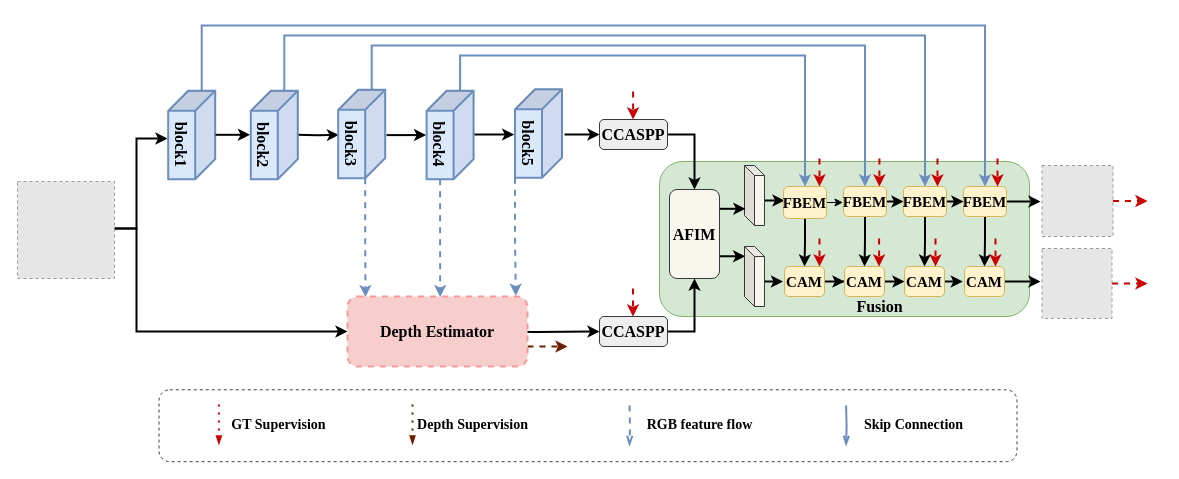
Before: uta.drawio in Hymhh/hymhh, a draw.io diagram. Source tidied: cells renumbered, new cells numbered last; positions are measured from the earlier drawing's top-left corner, leaving out a move shared by most shapes. Both pictures are drawn from the tidied source at 100%, with x=0, y=0 at pixel (17, 25). Pictures stored in the file or linked from it are replaced by grey dashed boxes.
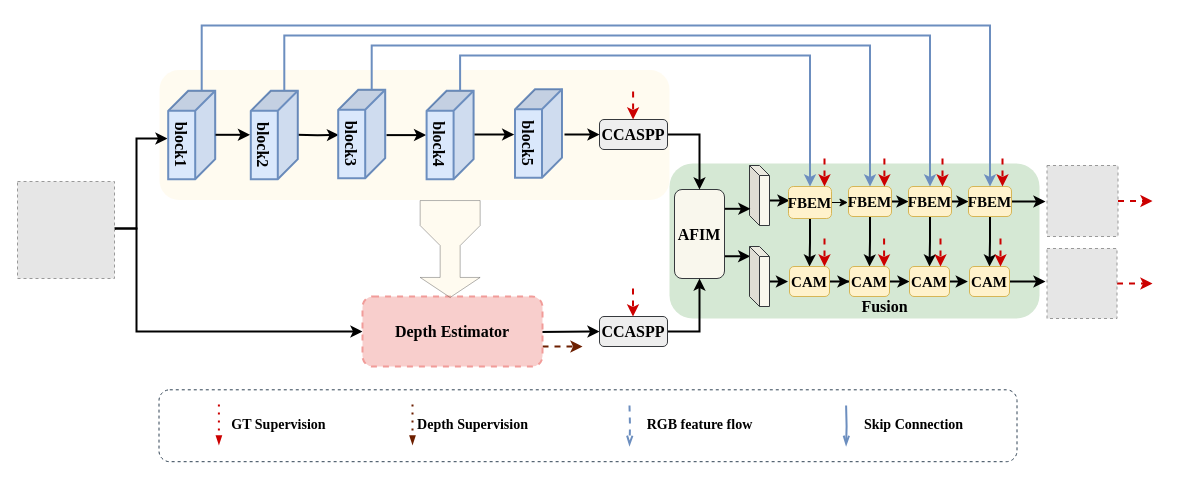
The same page after the edit.

The change refers to these unchanged cells:
```xml
<mxCell id="64" value="&lt;font face=&quot;Times New Roman&quot; size=&quot;1&quot;&gt;&lt;b style=&quot;font-size: 16px&quot;&gt;block1&lt;br&gt;&lt;/b&gt;&lt;/font&gt;" style="shape=cube;whiteSpace=wrap;html=1;boundedLbl=1;backgroundOutline=1;darkOpacity=0.05;darkOpacity2=0.1;direction=east;fillColor=#dae8fc;strokeWidth=2;strokeColor=#6c8ebf;rotation=90;" parent="1" vertex="1">
  <mxGeometry x="130" y="86" width="88.4" height="47" as="geometry" />
</mxCell>
<mxCell id="66" value="&lt;font face=&quot;Times New Roman&quot; size=&quot;1&quot;&gt;&lt;b style=&quot;font-size: 16px&quot;&gt;block2&lt;br&gt;&lt;/b&gt;&lt;/font&gt;" style="shape=cube;whiteSpace=wrap;html=1;boundedLbl=1;backgroundOutline=1;darkOpacity=0.05;darkOpacity2=0.1;direction=east;fillColor=#dae8fc;strokeWidth=2;strokeColor=#6c8ebf;rotation=90;" parent="1" vertex="1">
  <mxGeometry x="212.6" y="86" width="88.4" height="47" as="geometry" />
</mxCell>
<mxCell id="69" value="&lt;font face=&quot;Times New Roman&quot; size=&quot;1&quot;&gt;&lt;b style=&quot;font-size: 16px&quot;&gt;block4&lt;br&gt;&lt;/b&gt;&lt;/font&gt;" style="shape=cube;whiteSpace=wrap;html=1;boundedLbl=1;backgroundOutline=1;darkOpacity=0.05;darkOpacity2=0.1;direction=east;fillColor=#dae8fc;strokeWidth=2;strokeColor=#6c8ebf;rotation=90;" parent="1" vertex="1">
  <mxGeometry x="388.4" y="86" width="88.4" height="47" as="geometry" />
</mxCell>
<mxCell id="72" value="&lt;font face=&quot;Times New Roman&quot; size=&quot;1&quot;&gt;&lt;b style=&quot;font-size: 16px&quot;&gt;block3&lt;br&gt;&lt;/b&gt;&lt;/font&gt;" style="shape=cube;whiteSpace=wrap;html=1;boundedLbl=1;backgroundOutline=1;darkOpacity=0.05;darkOpacity2=0.1;direction=east;fillColor=#dae8fc;strokeWidth=2;strokeColor=#6c8ebf;rotation=90;" parent="1" vertex="1">
  <mxGeometry x="300" y="85" width="88.4" height="47" as="geometry" />
</mxCell>
<mxCell id="74" value="&lt;font face=&quot;Times New Roman&quot; size=&quot;1&quot;&gt;&lt;b style=&quot;font-size: 16px&quot;&gt;block5&lt;br&gt;&lt;/b&gt;&lt;/font&gt;" style="shape=cube;whiteSpace=wrap;html=1;boundedLbl=1;backgroundOutline=1;darkOpacity=0.05;darkOpacity2=0.1;direction=east;fillColor=#dae8fc;strokeWidth=2;strokeColor=#6c8ebf;rotation=90;" parent="1" vertex="1">
  <mxGeometry x="476.8" y="84.5" width="88.4" height="47" as="geometry" />
</mxCell>
```

Diff of the diagram source:
```diff
@@
+    <mxCell id="81" style="rounded=1;whiteSpace=wrap;html=1;fillColor=#FFF2CC;opacity=30;strokeColor=none;" parent="1" vertex="1">
+      <mxGeometry x="142" y="44.5" width="510" height="130" as="geometry" />
+    </mxCell>
-    <mxCell id="2" style="rounded=1;whiteSpace=wrap;html=1;fillColor=#d5e8d4;strokeColor=#82b366;" parent="1" vertex="1">
-      <mxGeometry x="642" y="136" width="370" height="155" as="geometry" />
+    <mxCell id="2" style="rounded=1;whiteSpace=wrap;html=1;fillColor=#d5e8d4;strokeColor=none;" parent="1" vertex="1">
+      <mxGeometry x="652" y="138" width="370" height="155" as="geometry" />
     </mxCell>
@@
     <mxCell id="4" style="edgeStyle=orthogonalEdgeStyle;rounded=0;orthogonalLoop=1;jettySize=auto;html=1;exitX=1;exitY=0.75;exitDx=0;exitDy=0;dashed=1;strokeColor=#6D1F00;strokeWidth=2;" parent="1" edge="1">
       <mxGeometry relative="1" as="geometry">
-        <mxPoint x="510" y="321" as="sourcePoint" />
-        <mxPoint x="550" y="321" as="targetPoint" />
+        <mxPoint x="525" y="321" as="sourcePoint" />
+        <mxPoint x="565" y="321" as="targetPoint" />
         <Array as="points">
-          <mxPoint x="530" y="321" />
-          <mxPoint x="530" y="321" />
+          <mxPoint x="545" y="321" />
+          <mxPoint x="545" y="321" />
         </Array>
       </mxGeometry>
     </mxCell>
@@
     <mxCell id="6" value="&lt;font face=&quot;Times New Roman&quot; size=&quot;1&quot;&gt;&lt;b style=&quot;font-size: 16px&quot;&gt;AFIM&lt;/b&gt;&lt;/font&gt;" style="rounded=1;whiteSpace=wrap;html=1;fillColor=#f9f7ed;strokeColor=#36393d;" parent="1" vertex="1">
-      <mxGeometry x="652" y="164" width="50" height="89" as="geometry" />
+      <mxGeometry x="657" y="164" width="50" height="89" as="geometry" />
     </mxCell>
     <mxCell id="7" style="edgeStyle=orthogonalEdgeStyle;rounded=0;jettySize=auto;html=1;exitX=0;exitY=0;exitDx=20;exitDy=35;exitPerimeter=0;strokeWidth=2;" parent="1" edge="1" source="8">
       <mxGeometry relative="1" as="geometry">
-        <mxPoint x="767" y="175.3" as="targetPoint" />
+        <mxPoint x="772" y="175.3" as="targetPoint" />
       </mxGeometry>
     </mxCell>
     <mxCell id="8" style="shape=cube;whiteSpace=wrap;html=1;boundedLbl=1;backgroundOutline=1;darkOpacity=0.05;darkOpacity2=0.1;size=10;fillColor=#f9f7ed;strokeColor=#36393d;" parent="1" vertex="1">
-      <mxGeometry x="727" y="140" width="20" height="60" as="geometry" />
+      <mxGeometry x="732" y="140" width="20" height="60" as="geometry" />
     </mxCell>
@@
     <mxCell id="10" style="shape=cube;whiteSpace=wrap;html=1;boundedLbl=1;backgroundOutline=1;darkOpacity=0.05;darkOpacity2=0.1;size=10;fillColor=#f9f7ed;strokeColor=#36393d;" parent="1" vertex="1">
-      <mxGeometry x="727" y="221" width="20" height="60" as="geometry" />
+      <mxGeometry x="732" y="221" width="20" height="60" as="geometry" />
     </mxCell>
@@
     <mxCell id="13" value="&lt;b&gt;&lt;font face=&quot;Times New Roman&quot; style=&quot;font-size: 15px&quot;&gt;FBEM&lt;/font&gt;&lt;/b&gt;" style="rounded=1;whiteSpace=wrap;html=1;fillColor=#fff2cc;strokeColor=#d6b656;" parent="1" vertex="1">
-      <mxGeometry x="766" y="161" width="43" height="32" as="geometry" />
+      <mxGeometry x="771" y="161" width="43" height="32" as="geometry" />
     </mxCell>
@@
     <mxCell id="16" value="&lt;b&gt;&lt;font face=&quot;Times New Roman&quot; style=&quot;font-size: 15px&quot;&gt;FBEM&lt;/font&gt;&lt;/b&gt;" style="rounded=1;whiteSpace=wrap;html=1;fillColor=#fff2cc;strokeColor=#d6b656;" parent="1" vertex="1">
-      <mxGeometry x="826" y="161" width="43" height="30" as="geometry" />
+      <mxGeometry x="831" y="161" width="43" height="30" as="geometry" />
     </mxCell>
@@
     <mxCell id="19" value="&lt;b&gt;&lt;font face=&quot;Times New Roman&quot; style=&quot;font-size: 15px&quot;&gt;FBEM&lt;/font&gt;&lt;/b&gt;" style="rounded=1;whiteSpace=wrap;html=1;fillColor=#fff2cc;strokeColor=#d6b656;" parent="1" vertex="1">
-      <mxGeometry x="886" y="161" width="43" height="30" as="geometry" />
+      <mxGeometry x="891" y="161" width="43" height="30" as="geometry" />
     </mxCell>
@@
     <mxCell id="21" style="edgeStyle=orthogonalEdgeStyle;rounded=0;jettySize=auto;html=1;exitX=1;exitY=0.5;exitDx=0;exitDy=0;strokeWidth=2;" parent="1" edge="1" source="22">
       <mxGeometry relative="1" as="geometry">
-        <mxPoint x="1023" y="175.7" as="targetPoint" />
+        <mxPoint x="1028" y="175.7" as="targetPoint" />
       </mxGeometry>
     </mxCell>
     <mxCell id="22" value="&lt;b&gt;&lt;font face=&quot;Times New Roman&quot; style=&quot;font-size: 15px&quot;&gt;FBEM&lt;/font&gt;&lt;/b&gt;" style="rounded=1;whiteSpace=wrap;html=1;fillColor=#fff2cc;strokeColor=#d6b656;" parent="1" vertex="1">
-      <mxGeometry x="946" y="161" width="43" height="30" as="geometry" />
+      <mxGeometry x="951" y="161" width="43" height="30" as="geometry" />
     </mxCell>
@@
     <mxCell id="24" value="&lt;b&gt;&lt;font face=&quot;Times New Roman&quot; style=&quot;font-size: 15px&quot;&gt;CAM&lt;/font&gt;&lt;/b&gt;" style="rounded=1;whiteSpace=wrap;html=1;fillColor=#fff2cc;strokeColor=#d6b656;" parent="1" vertex="1">
-      <mxGeometry x="767" y="241" width="40" height="30" as="geometry" />
+      <mxGeometry x="772" y="241" width="40" height="30" as="geometry" />
     </mxCell>
@@
     <mxCell id="26" value="&lt;span&gt;&lt;b&gt;&lt;font face=&quot;Times New Roman&quot; style=&quot;font-size: 15px&quot;&gt;CAM&lt;/font&gt;&lt;/b&gt;&lt;/span&gt;" style="rounded=1;whiteSpace=wrap;html=1;fillColor=#fff2cc;strokeColor=#d6b656;" parent="1" vertex="1">
-      <mxGeometry x="827" y="241" width="40" height="30" as="geometry" />
+      <mxGeometry x="832" y="241" width="40" height="30" as="geometry" />
     </mxCell>
     <mxCell id="27" style="edgeStyle=orthogonalEdgeStyle;rounded=0;jettySize=auto;html=1;exitX=1;exitY=0.5;exitDx=0;exitDy=0;strokeWidth=2;" parent="1" edge="1" source="28">
       <mxGeometry relative="1" as="geometry">
-        <mxPoint x="1023" y="256" as="targetPoint" />
+        <mxPoint x="1028" y="256" as="targetPoint" />
       </mxGeometry>
     </mxCell>
     <mxCell id="28" value="&lt;span&gt;&lt;font face=&quot;Times New Roman&quot; size=&quot;1&quot;&gt;&lt;b style=&quot;font-size: 15px&quot;&gt;CAM&lt;/b&gt;&lt;/font&gt;&lt;/span&gt;" style="rounded=1;whiteSpace=wrap;html=1;fillColor=#fff2cc;strokeColor=#d6b656;" parent="1" vertex="1">
-      <mxGeometry x="947" y="241" width="40" height="30" as="geometry" />
+      <mxGeometry x="952" y="241" width="40" height="30" as="geometry" />
     </mxCell>
@@
     <mxCell id="30" value="&lt;span&gt;&lt;b&gt;&lt;font face=&quot;Times New Roman&quot; style=&quot;font-size: 15px&quot;&gt;CAM&lt;/font&gt;&lt;/b&gt;&lt;/span&gt;" style="rounded=1;whiteSpace=wrap;html=1;fillColor=#fff2cc;strokeColor=#d6b656;" parent="1" vertex="1">
-      <mxGeometry x="887" y="241" width="40" height="30" as="geometry" />
+      <mxGeometry x="892" y="241" width="40" height="30" as="geometry" />
     </mxCell>
@@
     <mxCell id="33" value="&lt;font face=&quot;Times New Roman&quot; size=&quot;1&quot;&gt;&lt;b style=&quot;font-size: 16px&quot;&gt;Fusion&lt;/b&gt;&lt;/font&gt;" style="text;html=1;align=center;verticalAlign=middle;fillColor=none;strokeColor=none;rounded=0;" parent="1" vertex="1">
-      <mxGeometry x="832" y="271" width="60" height="20" as="geometry" />
+      <mxGeometry x="837" y="271" width="60" height="20" as="geometry" />
     </mxCell>
@@
     <mxCell id="37" style="edgeStyle=orthogonalEdgeStyle;rounded=0;jettySize=auto;html=1;exitX=1;exitY=0.5;exitDx=0;exitDy=0;dashed=1;fontFamily=Times New Roman;fontSize=15;strokeColor=#CC0000;strokeWidth=2;" parent="1" edge="1" source="38">
       <mxGeometry relative="1" as="geometry">
-        <mxPoint x="1130" y="176" as="targetPoint" />
+        <mxPoint x="1135" y="176" as="targetPoint" />
       </mxGeometry>
     </mxCell>
     <mxCell id="38" style="fillColor=#E6E6E6;strokeColor=#999999;dashed=1;verticalLabelPosition=bottom;labelBackgroundColor=#ffffff;verticalAlign=top;" parent="1" vertex="1">
-      <mxGeometry x="1024.5" y="140" width="71" height="71" as="geometry" />
+      <mxGeometry x="1029.5" y="140" width="71" height="71" as="geometry" />
     </mxCell>
     <mxCell id="39" style="edgeStyle=orthogonalEdgeStyle;rounded=0;jettySize=auto;html=1;exitX=1;exitY=0.5;exitDx=0;exitDy=0;fontFamily=Times New Roman;fontSize=15;strokeColor=#CC0000;strokeWidth=2;dashed=1;" parent="1" edge="1" source="40">
       <mxGeometry relative="1" as="geometry">
-        <mxPoint x="1130" y="258" as="targetPoint" />
+        <mxPoint x="1135" y="258" as="targetPoint" />
       </mxGeometry>
     </mxCell>
     <mxCell id="40" style="fillColor=#E6E6E6;strokeColor=#999999;dashed=1;verticalLabelPosition=bottom;labelBackgroundColor=#ffffff;verticalAlign=top;" parent="1" vertex="1">
-      <mxGeometry x="1024.5" y="223" width="70" height="70" as="geometry" />
+      <mxGeometry x="1029.5" y="223" width="70" height="70" as="geometry" />
     </mxCell>
@@
     <mxCell id="43" style="endArrow=classic;html=1;rounded=0;dashed=1;strokeColor=#CC0000;strokeWidth=2;" parent="1" edge="1">
       <mxGeometry relative="1" as="geometry">
-        <mxPoint x="802" y="133" as="sourcePoint" />
-        <mxPoint x="802" y="161" as="targetPoint" />
+        <mxPoint x="807" y="133" as="sourcePoint" />
+        <mxPoint x="807" y="161" as="targetPoint" />
         <Array as="points">
-          <mxPoint x="802" y="147" />
+          <mxPoint x="807" y="147" />
         </Array>
       </mxGeometry>
     </mxCell>
     <mxCell id="44" style="endArrow=classic;html=1;rounded=0;dashed=1;strokeColor=#CC0000;strokeWidth=2;" parent="1" edge="1">
       <mxGeometry relative="1" as="geometry">
-        <mxPoint x="861.9" y="133" as="sourcePoint" />
-        <mxPoint x="861.9" y="161" as="targetPoint" />
+        <mxPoint x="866.9" y="133" as="sourcePoint" />
+        <mxPoint x="866.9" y="161" as="targetPoint" />
         <Array as="points">
-          <mxPoint x="861.9" y="147" />
+          <mxPoint x="866.9" y="147" />
         </Array>
       </mxGeometry>
     </mxCell>
     <mxCell id="45" style="endArrow=classic;html=1;rounded=0;dashed=1;strokeColor=#CC0000;strokeWidth=2;" parent="1" edge="1">
       <mxGeometry relative="1" as="geometry">
-        <mxPoint x="920" y="133" as="sourcePoint" />
-        <mxPoint x="920" y="161" as="targetPoint" />
+        <mxPoint x="925" y="133" as="sourcePoint" />
+        <mxPoint x="925" y="161" as="targetPoint" />
         <Array as="points">
-          <mxPoint x="920" y="147" />
+          <mxPoint x="925" y="147" />
         </Array>
       </mxGeometry>
     </mxCell>
     <mxCell id="46" style="endArrow=classic;html=1;rounded=0;dashed=1;strokeColor=#CC0000;strokeWidth=2;" parent="1" edge="1">
       <mxGeometry relative="1" as="geometry">
-        <mxPoint x="980" y="133" as="sourcePoint" />
-        <mxPoint x="980" y="161" as="targetPoint" />
+        <mxPoint x="985" y="133" as="sourcePoint" />
+        <mxPoint x="985" y="161" as="targetPoint" />
         <Array as="points">
-          <mxPoint x="980" y="147" />
+          <mxPoint x="985" y="147" />
         </Array>
       </mxGeometry>
     </mxCell>
     <mxCell id="47" style="endArrow=classic;html=1;rounded=0;dashed=1;strokeColor=#CC0000;strokeWidth=2;" parent="1" edge="1">
       <mxGeometry relative="1" as="geometry">
-        <mxPoint x="802" y="213" as="sourcePoint" />
-        <mxPoint x="802" y="241" as="targetPoint" />
+        <mxPoint x="807" y="213" as="sourcePoint" />
+        <mxPoint x="807" y="241" as="targetPoint" />
         <Array as="points">
-          <mxPoint x="802" y="227" />
+          <mxPoint x="807" y="227" />
         </Array>
       </mxGeometry>
     </mxCell>
     <mxCell id="48" style="endArrow=classic;html=1;rounded=0;dashed=1;strokeColor=#CC0000;strokeWidth=2;" parent="1" edge="1">
       <mxGeometry relative="1" as="geometry">
-        <mxPoint x="861.6" y="213" as="sourcePoint" />
-        <mxPoint x="861.6" y="241" as="targetPoint" />
+        <mxPoint x="866.6" y="213" as="sourcePoint" />
+        <mxPoint x="866.6" y="241" as="targetPoint" />
         <Array as="points">
-          <mxPoint x="861.6" y="227" />
+          <mxPoint x="866.6" y="227" />
         </Array>
       </mxGeometry>
     </mxCell>
     <mxCell id="49" style="endArrow=classic;html=1;rounded=0;dashed=1;strokeColor=#CC0000;strokeWidth=2;" parent="1" edge="1">
       <mxGeometry relative="1" as="geometry">
-        <mxPoint x="918" y="213" as="sourcePoint" />
-        <mxPoint x="918" y="241" as="targetPoint" />
+        <mxPoint x="923" y="213" as="sourcePoint" />
+        <mxPoint x="923" y="241" as="targetPoint" />
         <Array as="points">
-          <mxPoint x="918" y="227" />
+          <mxPoint x="923" y="227" />
         </Array>
       </mxGeometry>
     </mxCell>
     <mxCell id="50" style="endArrow=classic;html=1;rounded=0;dashed=1;strokeColor=#CC0000;strokeWidth=2;" parent="1" edge="1">
       <mxGeometry relative="1" as="geometry">
-        <mxPoint x="978" y="213" as="sourcePoint" />
-        <mxPoint x="978" y="241" as="targetPoint" />
+        <mxPoint x="983" y="213" as="sourcePoint" />
+        <mxPoint x="983" y="241" as="targetPoint" />
         <Array as="points">
-          <mxPoint x="978" y="227" />
+          <mxPoint x="983" y="227" />
         </Array>
       </mxGeometry>
     </mxCell>
@@
     <mxCell id="58" value="&lt;font style=&quot;font-size: 16px&quot; face=&quot;Times New Roman&quot;&gt;&lt;b&gt;Depth Estimator&lt;/b&gt;&lt;/font&gt;" style="rounded=1;whiteSpace=wrap;html=1;fillColor=#f8cecc;strokeColor=#F19C99;strokeWidth=2;dashed=1;" parent="1" vertex="1">
-      <mxGeometry x="330" y="270.9" width="180" height="70.2" as="geometry" />
+      <mxGeometry x="345" y="270.9" width="180" height="70.2" as="geometry" />
     </mxCell>
@@
     <mxCell id="63" style="edgeStyle=orthogonalEdgeStyle;rounded=0;jettySize=auto;html=1;exitX=0;exitY=0;exitDx=0;exitDy=13.5;exitPerimeter=0;entryX=0.5;entryY=0;entryDx=0;entryDy=0;fontFamily=Times New Roman;fontSize=16;strokeColor=#6C8EBF;strokeWidth=2;" parent="1" edge="1" source="64" target="22">
       <mxGeometry relative="1" as="geometry">
         <Array as="points">
           <mxPoint x="184" />
-          <mxPoint x="967" />
+          <mxPoint x="973" />
+          <mxPoint x="973" y="161" />
         </Array>
       </mxGeometry>
     </mxCell>
@@
     <mxCell id="65" style="edgeStyle=orthogonalEdgeStyle;rounded=0;jettySize=auto;html=1;exitX=0;exitY=0;exitDx=0;exitDy=13.5;exitPerimeter=0;entryX=0.5;entryY=0;entryDx=0;entryDy=0;fontFamily=Times New Roman;fontSize=16;strokeColor=#6C8EBF;strokeWidth=2;" parent="1" edge="1" source="66" target="19">
       <mxGeometry relative="1" as="geometry">
         <Array as="points">
           <mxPoint x="267" y="10" />
-          <mxPoint x="907" y="10" />
+          <mxPoint x="913" y="10" />
+          <mxPoint x="913" y="161" />
         </Array>
       </mxGeometry>
     </mxCell>
@@
     <mxCell id="67" style="edgeStyle=orthogonalEdgeStyle;rounded=0;jettySize=auto;html=1;exitX=0;exitY=0;exitDx=0;exitDy=13.5;exitPerimeter=0;entryX=0.5;entryY=0;entryDx=0;entryDy=0;fontFamily=Times New Roman;fontSize=16;strokeColor=#6C8EBF;strokeWidth=2;" parent="1" edge="1" source="69" target="13">
       <mxGeometry relative="1" as="geometry">
         <Array as="points">
           <mxPoint x="443" y="30" />
-          <mxPoint x="787" y="30" />
+          <mxPoint x="793" y="30" />
+          <mxPoint x="793" y="161" />
         </Array>
       </mxGeometry>
     </mxCell>
-    <mxCell id="68" style="edgeStyle=orthogonalEdgeStyle;rounded=0;jettySize=auto;html=1;exitX=0;exitY=0;exitDx=88.42;exitDy=33.5;exitPerimeter=0;fontFamily=Times New Roman;fontSize=15;strokeColor=#6C8EBF;strokeWidth=2;dashed=1;entryX=0.515;entryY=0.009;entryDx=0;entryDy=0;entryPerimeter=0;" parent="1" edge="1" source="69" target="58">
-      <mxGeometry relative="1" as="geometry" />
-    </mxCell>
@@
     <mxCell id="70" style="edgeStyle=orthogonalEdgeStyle;rounded=0;jettySize=auto;html=1;exitX=0;exitY=0;exitDx=0;exitDy=13.5;exitPerimeter=0;entryX=0.5;entryY=0;entryDx=0;entryDy=0;fontFamily=Times New Roman;fontSize=16;strokeColor=#6C8EBF;strokeWidth=2;" parent="1" edge="1" source="72" target="16">
       <mxGeometry relative="1" as="geometry">
         <Array as="points">
           <mxPoint x="354" y="20" />
-          <mxPoint x="847" y="20" />
+          <mxPoint x="853" y="20" />
+          <mxPoint x="853" y="161" />
         </Array>
       </mxGeometry>
     </mxCell>
-    <mxCell id="71" style="edgeStyle=orthogonalEdgeStyle;rounded=0;jettySize=auto;html=1;exitX=0;exitY=0;exitDx=88.42;exitDy=20;exitPerimeter=0;fontFamily=Times New Roman;fontSize=15;strokeColor=#6C8EBF;strokeWidth=2;entryX=0.1;entryY=0.01;entryDx=0;entryDy=0;entryPerimeter=0;dashed=1;" parent="1" edge="1" source="72" target="58">
-      <mxGeometry relative="1" as="geometry" />
-    </mxCell>
@@
-    <mxCell id="73" style="edgeStyle=orthogonalEdgeStyle;rounded=0;jettySize=auto;html=1;exitX=1;exitY=1;exitDx=0;exitDy=0;exitPerimeter=0;fontFamily=Times New Roman;fontSize=15;strokeColor=#6C8EBF;strokeWidth=2;dashed=1;entryX=0.935;entryY=-0.01;entryDx=0;entryDy=0;entryPerimeter=0;" parent="1" edge="1" source="74" target="58">
-      <mxGeometry relative="1" as="geometry" />
-    </mxCell>
@@
     <mxCell id="80" style="edgeStyle=orthogonalEdgeStyle;rounded=0;orthogonalLoop=1;jettySize=auto;html=1;exitX=1;exitY=0.75;exitDx=0;exitDy=0;entryX=0.033;entryY=0.158;entryDx=0;entryDy=0;entryPerimeter=0;strokeWidth=2;" parent="1" edge="1">
       <mxGeometry relative="1" as="geometry">
-        <mxPoint x="702.3" y="183.3" as="sourcePoint" />
-        <mxPoint x="727.9" y="183" as="targetPoint" />
+        <mxPoint x="707.3" y="183.3" as="sourcePoint" />
+        <mxPoint x="732.9" y="183" as="targetPoint" />
       </mxGeometry>
     </mxCell>
+    <mxCell id="82" style="html=1;shadow=0;dashed=0;align=center;verticalAlign=middle;shape=mxgraph.arrows2.tailedArrow;dy1=10;dx1=20;notch=0;arrowHead=20;dx2=25;dy2=30;fillColor=#FFF2CC;opacity=30;rotation=90;strokeColor=default;" parent="1" vertex="1">
+      <mxGeometry x="384.2" y="200" width="96.9" height="47" as="geometry" />
+    </mxCell>
```
